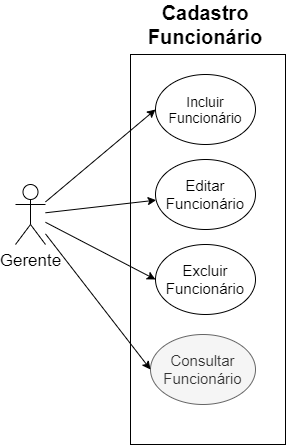
Before: CadastrarFuncionario.png, a diagram exported from draw.io (hinname/project-Restaurant). Source tidied: cells renumbered, new cells last; positions are measured from the earlier drawing's top-left corner, leaving out a move shared by most shapes.
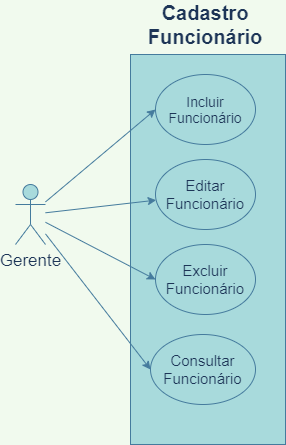
Later version of the same file.

The edit, as a diff of the source:
```diff
@@ -1,38 +1,38 @@
-<mxGraphModel>
+<mxGraphModel background="#F1FAEE">
   <root>
     <mxCell id="0" />
     <mxCell id="1" parent="0" />
-    <mxCell id="2" style="rounded=0;whiteSpace=wrap;html=1;" parent="1" vertex="1">
+    <mxCell id="2" style="rounded=0;whiteSpace=wrap;html=1;fillColor=#A8DADC;strokeColor=#457B9D;fontColor=#1D3557;" parent="1" vertex="1">
       <mxGeometry x="115" y="40" width="155" height="390" as="geometry" />
     </mxCell>
-    <mxCell id="3" value="&lt;font style=&quot;font-size: 17px&quot;&gt;Gerente&lt;/font&gt;" style="shape=umlActor;verticalLabelPosition=bottom;verticalAlign=top;html=1;outlineConnect=0;" parent="1" vertex="1">
+    <mxCell id="3" value="&lt;font style=&quot;font-size: 17px&quot;&gt;Gerente&lt;/font&gt;" style="shape=umlActor;verticalLabelPosition=bottom;verticalAlign=top;html=1;outlineConnect=0;fillColor=#A8DADC;strokeColor=#457B9D;fontColor=#1D3557;" parent="1" vertex="1">
       <mxGeometry y="170" width="30" height="60" as="geometry" />
     </mxCell>
-    <mxCell id="4" value="&lt;font style=&quot;font-size: 14px&quot;&gt;Incluir Funcionário&lt;/font&gt;" style="ellipse;whiteSpace=wrap;html=1;" parent="1" vertex="1">
+    <mxCell id="4" value="&lt;font style=&quot;font-size: 14px&quot;&gt;Incluir Funcionário&lt;/font&gt;" style="ellipse;whiteSpace=wrap;html=1;fillColor=#A8DADC;strokeColor=#457B9D;fontColor=#1D3557;" parent="1" vertex="1">
       <mxGeometry x="140" y="60" width="100" height="70" as="geometry" />
     </mxCell>
-    <mxCell id="5" value="&lt;font style=&quot;font-size: 15px&quot;&gt;Editar Funcionário&lt;/font&gt;" style="ellipse;whiteSpace=wrap;html=1;" parent="1" vertex="1">
+    <mxCell id="5" value="&lt;font style=&quot;font-size: 15px&quot;&gt;Editar Funcionário&lt;/font&gt;" style="ellipse;whiteSpace=wrap;html=1;fillColor=#A8DADC;strokeColor=#457B9D;fontColor=#1D3557;" parent="1" vertex="1">
       <mxGeometry x="140" y="145" width="100" height="70" as="geometry" />
     </mxCell>
-    <mxCell id="6" value="&lt;font style=&quot;font-size: 15px&quot;&gt;Excluir Funcionário&lt;/font&gt;" style="ellipse;whiteSpace=wrap;html=1;" parent="1" vertex="1">
+    <mxCell id="6" value="&lt;font style=&quot;font-size: 15px&quot;&gt;Excluir Funcionário&lt;/font&gt;" style="ellipse;whiteSpace=wrap;html=1;fillColor=#A8DADC;strokeColor=#457B9D;fontColor=#1D3557;" parent="1" vertex="1">
       <mxGeometry x="140" y="230" width="100" height="70" as="geometry" />
     </mxCell>
-    <mxCell id="7" value="&lt;font size=&quot;1&quot;&gt;&lt;b style=&quot;font-size: 20px&quot;&gt;Cadastro Funcionário&lt;/b&gt;&lt;/font&gt;" style="text;html=1;strokeColor=none;fillColor=none;align=center;verticalAlign=middle;whiteSpace=wrap;rounded=0;" parent="1" vertex="1">
+    <mxCell id="7" value="&lt;font size=&quot;1&quot;&gt;&lt;b style=&quot;font-size: 20px&quot;&gt;Cadastro Funcionário&lt;/b&gt;&lt;/font&gt;" style="text;html=1;strokeColor=none;fillColor=none;align=center;verticalAlign=middle;whiteSpace=wrap;rounded=0;fontColor=#1D3557;" parent="1" vertex="1">
       <mxGeometry x="170" width="40" height="20" as="geometry" />
     </mxCell>
-    <mxCell id="8" style="endArrow=classic;html=1;entryX=0;entryY=0.5;entryDx=0;entryDy=0;" parent="1" edge="1" source="3" target="4">
+    <mxCell id="8" style="endArrow=classic;html=1;entryX=0;entryY=0.5;entryDx=0;entryDy=0;labelBackgroundColor=#F1FAEE;strokeColor=#457B9D;fontColor=#1D3557;" parent="1" edge="1" source="3" target="4">
       <mxGeometry relative="1" as="geometry" />
     </mxCell>
-    <mxCell id="9" style="endArrow=classic;html=1;" parent="1" edge="1" source="3" target="5">
+    <mxCell id="9" style="endArrow=classic;html=1;labelBackgroundColor=#F1FAEE;strokeColor=#457B9D;fontColor=#1D3557;" parent="1" edge="1" source="3" target="5">
       <mxGeometry relative="1" as="geometry" />
     </mxCell>
-    <mxCell id="10" style="endArrow=classic;html=1;entryX=0;entryY=0.5;entryDx=0;entryDy=0;" parent="1" edge="1" source="3" target="6">
+    <mxCell id="10" style="endArrow=classic;html=1;entryX=0;entryY=0.5;entryDx=0;entryDy=0;labelBackgroundColor=#F1FAEE;strokeColor=#457B9D;fontColor=#1D3557;" parent="1" edge="1" source="3" target="6">
       <mxGeometry relative="1" as="geometry" />
     </mxCell>
-    <mxCell id="11" value="&lt;font style=&quot;font-size: 15px&quot;&gt;Consultar Funcionário&lt;/font&gt;" style="ellipse;whiteSpace=wrap;html=1;fillColor=#f5f5f5;strokeColor=#666666;fontColor=#333333;" parent="1" vertex="1">
+    <mxCell id="11" value="&lt;font style=&quot;font-size: 15px&quot;&gt;Consultar Funcionário&lt;/font&gt;" style="ellipse;whiteSpace=wrap;html=1;fillColor=#A8DADC;strokeColor=#457B9D;fontColor=#1D3557;" parent="1" vertex="1">
       <mxGeometry x="135" y="320" width="105" height="70" as="geometry" />
     </mxCell>
-    <mxCell id="12" style="endArrow=classic;html=1;entryX=0;entryY=0.5;entryDx=0;entryDy=0;" parent="1" edge="1" source="3" target="11">
+    <mxCell id="12" style="endArrow=classic;html=1;entryX=0;entryY=0.5;entryDx=0;entryDy=0;labelBackgroundColor=#F1FAEE;strokeColor=#457B9D;fontColor=#1D3557;" parent="1" edge="1" source="3" target="11">
       <mxGeometry relative="1" as="geometry" />
     </mxCell>
   </root>
```
